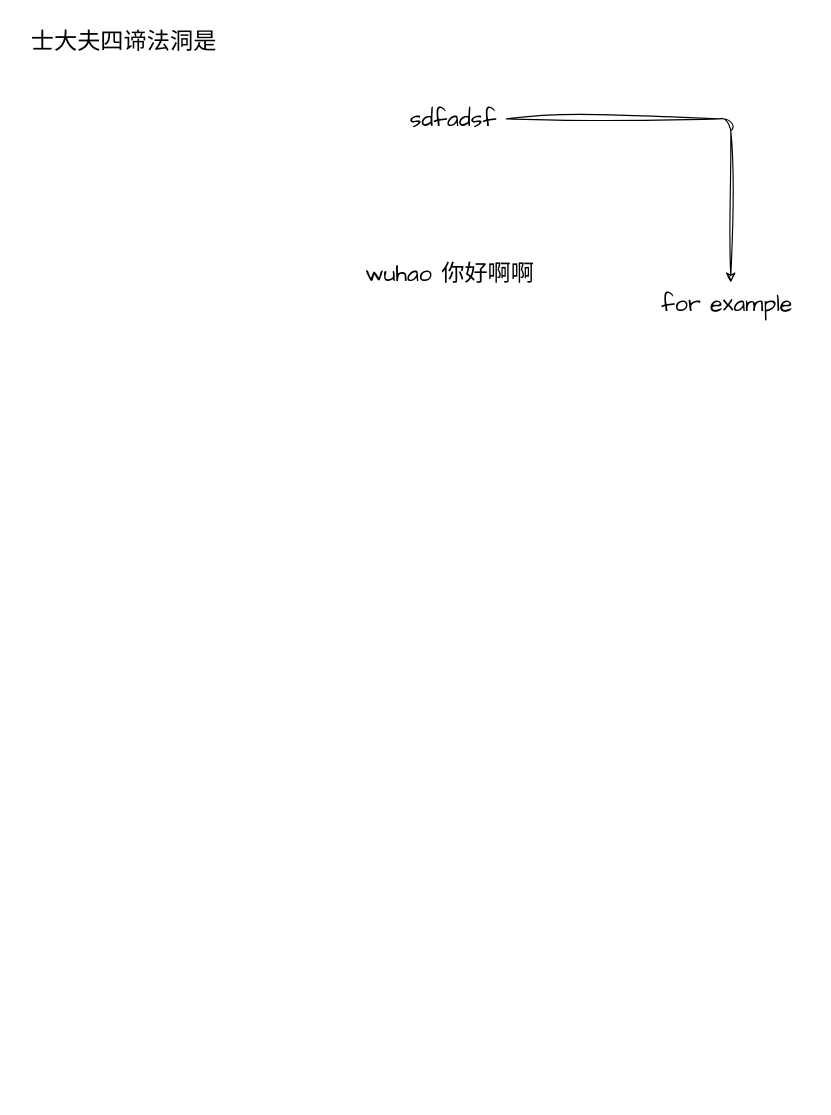
wuhaodemo/text-detection-ctpn keeps this draw.io diagram as 未命名绘图.drawio. Above is the earlier version. Source tidied: cells renumbered, new cells numbered last; positions are measured from the earlier drawing's top-left corner, leaving out a move shared by most shapes. Both pictures are drawn from the tidied source at 116%, with x=0, y=0 at pixel (20, 20).
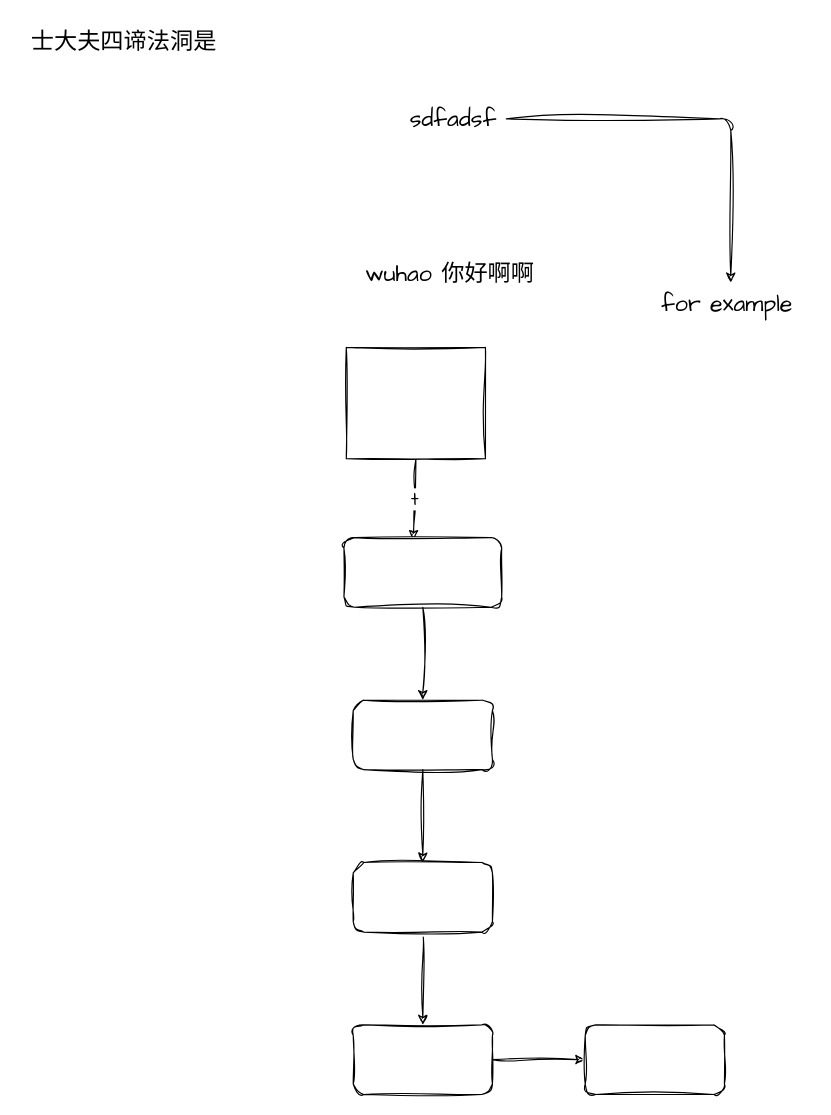
Above is the later version.

Commit message:
更新未命名绘图.drawio

Diff of the diagram source:
```diff
@@
 <mxGraphModel>
   <root>
     <mxCell id="0" />
     <mxCell id="1" parent="0" />
     <mxCell id="2" style="edgeStyle=orthogonalEdgeStyle;sketch=1;hachureGap=4;jiggle=2;curveFitting=1;jettySize=auto;html=1;fontFamily=Architects Daughter;fontSize=16;" parent="1" edge="1" source="3" target="6">
       <mxGeometry relative="1" as="geometry" />
     </mxCell>
     <mxCell id="3" value="sdfadsf" style="text;html=1;align=center;verticalAlign=middle;points=[];strokeColor=none;fillColor=none;fontSize=20;fontFamily=Architects Daughter;" parent="1" vertex="1">
       <mxGeometry x="326" y="67" width="93" height="36" as="geometry" />
     </mxCell>
     <mxCell id="4" value="wuhao 你好啊啊" style="text;html=1;align=center;verticalAlign=middle;strokeColor=none;fillColor=none;fontSize=20;fontFamily=Architects Daughter;" parent="1" vertex="1">
       <mxGeometry x="288" y="200" width="164" height="36" as="geometry" />
     </mxCell>
     <mxCell id="5" value="士大夫四谛法洞是" style="text;html=1;align=center;verticalAlign=middle;strokeColor=none;fillColor=none;fontSize=20;fontFamily=Architects Daughter;" parent="1" vertex="1">
       <mxGeometry width="178" height="36" as="geometry" />
     </mxCell>
     <mxCell id="6" value="for example&amp;nbsp;" style="text;html=1;align=center;verticalAlign=middle;points=[];strokeColor=none;fillColor=none;fontSize=20;fontFamily=Architects Daughter;" parent="1" vertex="1">
       <mxGeometry x="543" y="226" width="139" height="36" as="geometry" />
     </mxCell>
+    <mxCell id="7" value="t" style="edgeStyle=orthogonalEdgeStyle;rounded=0;sketch=1;hachureGap=4;jiggle=2;curveFitting=1;jettySize=auto;html=1;fontFamily=Architects Daughter;fontSize=16;" parent="1" edge="1" source="8">
+      <mxGeometry relative="1" as="geometry">
+        <mxPoint x="339" y="448" as="targetPoint" />
+      </mxGeometry>
+    </mxCell>
+    <mxCell id="8" style="rounded=0;whiteSpace=wrap;html=1;sketch=1;hachureGap=4;jiggle=2;curveFitting=1;fontFamily=Architects Daughter;fontSize=20;" parent="1" vertex="1">
+      <mxGeometry x="281" y="282" width="120" height="96" as="geometry" />
+    </mxCell>
+    <mxCell id="9" style="edgeStyle=orthogonalEdgeStyle;rounded=0;sketch=1;hachureGap=4;jiggle=2;curveFitting=1;jettySize=auto;html=1;fontFamily=Architects Daughter;fontSize=16;" parent="1" edge="1" source="10" target="12">
+      <mxGeometry relative="1" as="geometry" />
+    </mxCell>
+    <mxCell id="10" style="rounded=1;whiteSpace=wrap;html=1;sketch=1;hachureGap=4;jiggle=2;curveFitting=1;fontFamily=Architects Daughter;fontSize=20;" parent="1" vertex="1">
+      <mxGeometry x="279" y="446" width="136" height="60" as="geometry" />
+    </mxCell>
+    <mxCell id="11" style="edgeStyle=orthogonalEdgeStyle;rounded=0;sketch=1;hachureGap=4;jiggle=2;curveFitting=1;jettySize=auto;html=1;fontFamily=Architects Daughter;fontSize=16;" parent="1" edge="1" source="12" target="14">
+      <mxGeometry relative="1" as="geometry" />
+    </mxCell>
+    <mxCell id="12" style="whiteSpace=wrap;html=1;fontSize=20;fontFamily=Architects Daughter;rounded=1;sketch=1;hachureGap=4;jiggle=2;curveFitting=1;" parent="1" vertex="1">
+      <mxGeometry x="287" y="586" width="120" height="60" as="geometry" />
+    </mxCell>
+    <mxCell id="13" style="edgeStyle=orthogonalEdgeStyle;rounded=0;sketch=1;hachureGap=4;jiggle=2;curveFitting=1;jettySize=auto;html=1;fontFamily=Architects Daughter;fontSize=16;" parent="1" edge="1" source="14" target="16">
+      <mxGeometry relative="1" as="geometry" />
+    </mxCell>
+    <mxCell id="14" style="whiteSpace=wrap;html=1;fontSize=20;fontFamily=Architects Daughter;rounded=1;sketch=1;hachureGap=4;jiggle=2;curveFitting=1;" parent="1" vertex="1">
+      <mxGeometry x="287" y="726" width="120" height="60" as="geometry" />
+    </mxCell>
+    <mxCell id="15" style="edgeStyle=orthogonalEdgeStyle;rounded=0;sketch=1;hachureGap=4;jiggle=2;curveFitting=1;jettySize=auto;html=1;fontFamily=Architects Daughter;fontSize=16;" parent="1" edge="1" source="16" target="17">
+      <mxGeometry relative="1" as="geometry" />
+    </mxCell>
+    <mxCell id="16" style="whiteSpace=wrap;html=1;fontSize=20;fontFamily=Architects Daughter;rounded=1;sketch=1;hachureGap=4;jiggle=2;curveFitting=1;" parent="1" vertex="1">
+      <mxGeometry x="287" y="866" width="120" height="60" as="geometry" />
+    </mxCell>
+    <mxCell id="17" style="whiteSpace=wrap;html=1;fontSize=20;fontFamily=Architects Daughter;rounded=1;sketch=1;hachureGap=4;jiggle=2;curveFitting=1;" parent="1" vertex="1">
+      <mxGeometry x="487" y="866" width="120" height="60" as="geometry" />
+    </mxCell>
   </root>
 </mxGraphModel>
```
